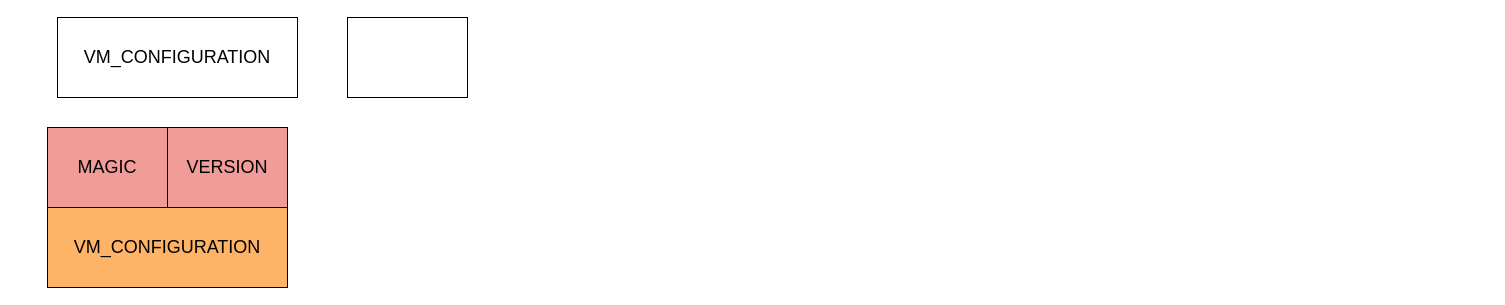
Above: qemu-migration/vmstate.drawio in xuyizhe1999/drawio (draw.io), before the change. Source tidied: cells renumbered, new cells numbered last; positions are measured from the earlier drawing's top-left corner, leaving out a move shared by most shapes. Both pictures are drawn from the tidied source at 100%, with x=0, y=0 at pixel (47, 17).
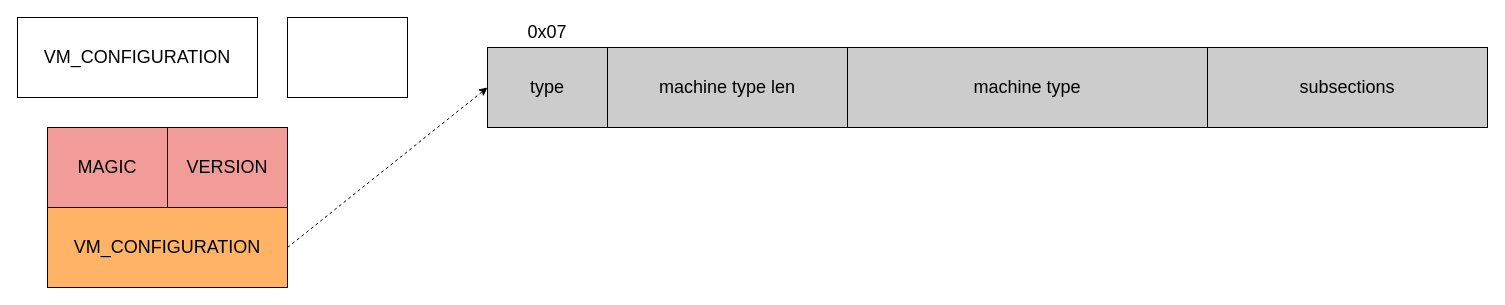
The same diagram, later.

Diff of the diagram source:
```diff
@@
 <mxGraphModel>
   <root>
     <mxCell id="0" />
     <mxCell id="1" parent="0" />
     <mxCell id="2" value="&lt;font style=&quot;font-size: 18px;&quot;&gt;MAGIC&lt;/font&gt;" style="rounded=0;whiteSpace=wrap;html=1;fillColor=#F19C99;" parent="1" vertex="1">
       <mxGeometry y="110" width="120" height="80" as="geometry" />
     </mxCell>
     <mxCell id="3" value="&lt;font style=&quot;font-size: 18px;&quot;&gt;VERSION&lt;/font&gt;" style="rounded=0;whiteSpace=wrap;html=1;fillColor=#F19C99;" parent="1" vertex="1">
       <mxGeometry x="120" y="110" width="120" height="80" as="geometry" />
     </mxCell>
     <mxCell id="4" style="rounded=0;whiteSpace=wrap;html=1;" parent="1" vertex="1">
-      <mxGeometry x="300" width="120" height="80" as="geometry" />
+      <mxGeometry x="240" width="120" height="80" as="geometry" />
     </mxCell>
     <mxCell id="5" value="&lt;font style=&quot;font-size: 18px;&quot;&gt;VM_CONFIGURATION&lt;/font&gt;" style="rounded=0;whiteSpace=wrap;html=1;fillColor=#FFB366;" parent="1" vertex="1">
       <mxGeometry y="190" width="240" height="80" as="geometry" />
     </mxCell>
     <mxCell id="6" value="&lt;font style=&quot;font-size: 18px;&quot;&gt;VM_CONFIGURATION&lt;/font&gt;" style="rounded=0;whiteSpace=wrap;html=1;" parent="1" vertex="1">
-      <mxGeometry x="10" width="240" height="80" as="geometry" />
+      <mxGeometry x="-30" width="240" height="80" as="geometry" />
     </mxCell>
+    <mxCell id="7" value="type" style="rounded=0;whiteSpace=wrap;html=1;fontSize=18;fillColor=#CCCCCC;" parent="1" vertex="1">
+      <mxGeometry x="440" y="30" width="120" height="80" as="geometry" />
+    </mxCell>
+    <mxCell id="8" value="0x07" style="text;html=1;strokeColor=none;fillColor=none;align=center;verticalAlign=middle;whiteSpace=wrap;rounded=0;fontSize=18;" parent="1" vertex="1">
+      <mxGeometry x="470" width="60" height="30" as="geometry" />
+    </mxCell>
+    <mxCell id="9" value="machine type len" style="rounded=0;whiteSpace=wrap;html=1;fontSize=18;fillColor=#CCCCCC;" parent="1" vertex="1">
+      <mxGeometry x="560" y="30" width="240" height="80" as="geometry" />
+    </mxCell>
+    <mxCell id="10" value="machine type" style="rounded=0;whiteSpace=wrap;html=1;fontSize=18;fillColor=#CCCCCC;" parent="1" vertex="1">
+      <mxGeometry x="800" y="30" width="360" height="80" as="geometry" />
+    </mxCell>
+    <mxCell id="11" value="subsections" style="rounded=0;whiteSpace=wrap;html=1;fontSize=18;fillColor=#CCCCCC;" parent="1" vertex="1">
+      <mxGeometry x="1160" y="30" width="280" height="80" as="geometry" />
+    </mxCell>
+    <mxCell id="12" style="endArrow=classic;html=1;rounded=0;fontSize=18;entryX=0;entryY=0.5;entryDx=0;entryDy=0;dashed=1;" parent="1" edge="1" target="7">
+      <mxGeometry relative="1" as="geometry">
+        <mxPoint x="240" y="230" as="sourcePoint" />
+      </mxGeometry>
+    </mxCell>
   </root>
 </mxGraphModel>
```
